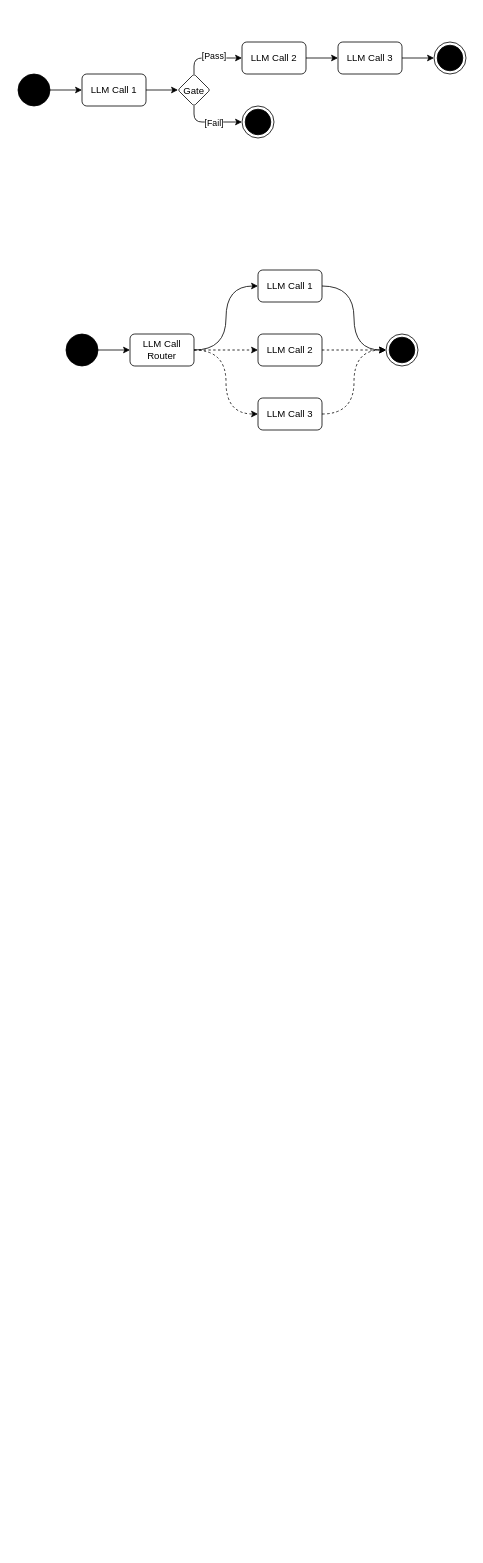
OliverHoenig/ba-ai-meeting-support keeps this draw.io diagram as assets/figures/AI-Systems-Building-Blocks.drawio. Above is the earlier version. Source tidied: cells renumbered, new cells numbered last; positions are measured from the earlier drawing's top-left corner, leaving out a move shared by most shapes. Both pictures are drawn from the tidied source at 80%, with x=0, y=0 at pixel (14, 14).
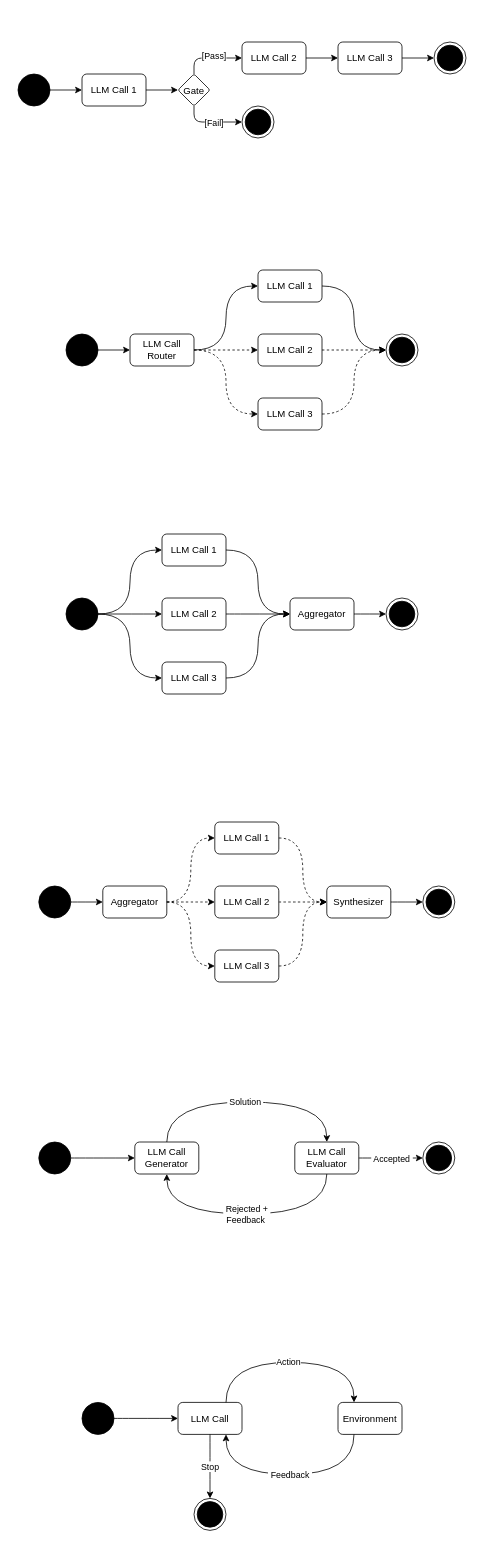
After the change.

Commit message (it also covers changes not shown here):
feat: update AI systems building blocks diagram and enhance prompt chaining description in theoretical foundations chapter

Change to the diagram source:
```diff
@@
+    <mxCell id="32" style="rounded=0;whiteSpace=wrap;html=1;fillColor=#FFFFFF;strokeColor=none;" parent="1" vertex="1">
+      <mxGeometry y="620" width="570" height="260" as="geometry" />
+    </mxCell>
+    <mxCell id="33" style="edgeStyle=orthogonalEdgeStyle;shape=connector;curved=1;rounded=1;html=1;exitX=1;exitY=0.5;exitDx=0;exitDy=0;entryX=0;entryY=0.5;entryDx=0;entryDy=0;labelBackgroundColor=default;strokeColor=#000000;fontFamily=Helvetica;fontSize=11;fontColor=default;endArrow=classic;" parent="1" edge="1" source="36" target="38">
+      <mxGeometry relative="1" as="geometry" />
+    </mxCell>
+    <mxCell id="34" style="edgeStyle=orthogonalEdgeStyle;shape=connector;curved=1;rounded=1;html=1;exitX=1;exitY=0.5;exitDx=0;exitDy=0;labelBackgroundColor=default;strokeColor=#000000;fontFamily=Helvetica;fontSize=11;fontColor=default;endArrow=classic;" parent="1" edge="1" source="36" target="40">
+      <mxGeometry relative="1" as="geometry" />
+    </mxCell>
+    <mxCell id="35" style="edgeStyle=orthogonalEdgeStyle;shape=connector;curved=1;rounded=1;html=1;exitX=1;exitY=0.5;exitDx=0;exitDy=0;entryX=0;entryY=0.5;entryDx=0;entryDy=0;labelBackgroundColor=default;strokeColor=#000000;fontFamily=Helvetica;fontSize=11;fontColor=default;endArrow=classic;" parent="1" edge="1" source="36" target="42">
+      <mxGeometry relative="1" as="geometry" />
+    </mxCell>
+    <mxCell id="36" style="ellipse;fillColor=strokeColor;html=1;strokeColor=#000000;" parent="1" vertex="1">
+      <mxGeometry x="65" y="730" width="40" height="40" as="geometry" />
+    </mxCell>
+    <mxCell id="37" style="edgeStyle=orthogonalEdgeStyle;shape=connector;curved=1;rounded=1;html=1;exitX=1;exitY=0.5;exitDx=0;exitDy=0;entryX=0;entryY=0.5;entryDx=0;entryDy=0;labelBackgroundColor=default;strokeColor=#000000;fontFamily=Helvetica;fontSize=11;fontColor=default;endArrow=classic;" parent="1" edge="1" source="38" target="45">
+      <mxGeometry relative="1" as="geometry" />
+    </mxCell>
+    <mxCell id="38" value="LLM Call 1" style="rounded=1;whiteSpace=wrap;html=1;fillColor=none;strokeColor=#000000;fontColor=#000000;" parent="1" vertex="1">
+      <mxGeometry x="185" y="650" width="80" height="40" as="geometry" />
+    </mxCell>
+    <mxCell id="39" style="edgeStyle=orthogonalEdgeStyle;shape=connector;curved=1;rounded=1;html=1;exitX=1;exitY=0.5;exitDx=0;exitDy=0;entryX=0;entryY=0.5;entryDx=0;entryDy=0;labelBackgroundColor=default;strokeColor=#000000;fontFamily=Helvetica;fontSize=11;fontColor=default;endArrow=classic;" parent="1" edge="1" source="40" target="45">
+      <mxGeometry relative="1" as="geometry" />
+    </mxCell>
+    <mxCell id="40" value="LLM Call 2" style="rounded=1;whiteSpace=wrap;html=1;fillColor=none;strokeColor=#000000;fontColor=#000000;" parent="1" vertex="1">
+      <mxGeometry x="185" y="730" width="80" height="40" as="geometry" />
+    </mxCell>
+    <mxCell id="41" style="edgeStyle=orthogonalEdgeStyle;shape=connector;curved=1;rounded=1;html=1;exitX=1;exitY=0.5;exitDx=0;exitDy=0;entryX=0;entryY=0.5;entryDx=0;entryDy=0;labelBackgroundColor=default;strokeColor=#000000;fontFamily=Helvetica;fontSize=11;fontColor=default;endArrow=classic;" parent="1" edge="1" source="42" target="45">
+      <mxGeometry relative="1" as="geometry" />
+    </mxCell>
+    <mxCell id="42" value="LLM Call 3" style="rounded=1;whiteSpace=wrap;html=1;fillColor=none;strokeColor=#000000;fontColor=#000000;" parent="1" vertex="1">
+      <mxGeometry x="185" y="810" width="80" height="40" as="geometry" />
+    </mxCell>
+    <mxCell id="43" style="ellipse;html=1;shape=endState;fillColor=strokeColor;strokeColor=#000000;" parent="1" vertex="1">
+      <mxGeometry x="465" y="730" width="40" height="40" as="geometry" />
+    </mxCell>
+    <mxCell id="44" style="edgeStyle=orthogonalEdgeStyle;shape=connector;curved=1;rounded=1;html=1;exitX=1;exitY=0.5;exitDx=0;exitDy=0;entryX=0;entryY=0.5;entryDx=0;entryDy=0;labelBackgroundColor=default;strokeColor=#000000;fontFamily=Helvetica;fontSize=11;fontColor=default;endArrow=classic;" parent="1" edge="1" source="45" target="43">
+      <mxGeometry relative="1" as="geometry" />
+    </mxCell>
+    <mxCell id="45" value="Aggregator" style="rounded=1;whiteSpace=wrap;html=1;fillColor=none;strokeColor=#000000;fontColor=#000000;" parent="1" vertex="1">
+      <mxGeometry x="345" y="730" width="80" height="40" as="geometry" />
+    </mxCell>
+    <mxCell id="46" style="rounded=0;whiteSpace=wrap;html=1;fillColor=#FFFFFF;strokeColor=none;fillStyle=solid;" parent="1" vertex="1">
+      <mxGeometry y="980" width="570" height="260" as="geometry" />
+    </mxCell>
+    <mxCell id="47" style="edgeStyle=orthogonalEdgeStyle;shape=connector;curved=1;rounded=1;html=1;exitX=1;exitY=0.5;exitDx=0;exitDy=0;entryX=0;entryY=0.5;entryDx=0;entryDy=0;labelBackgroundColor=default;strokeColor=#000000;fontFamily=Helvetica;fontSize=11;fontColor=default;endArrow=classic;" parent="1" edge="1" source="48" target="61">
+      <mxGeometry relative="1" as="geometry" />
+    </mxCell>
+    <mxCell id="48" style="ellipse;fillColor=strokeColor;html=1;strokeColor=#000000;" parent="1" vertex="1">
+      <mxGeometry x="31" y="1090" width="40" height="40" as="geometry" />
+    </mxCell>
+    <mxCell id="49" style="edgeStyle=orthogonalEdgeStyle;shape=connector;curved=1;rounded=1;html=1;exitX=1;exitY=0.5;exitDx=0;exitDy=0;entryX=0;entryY=0.5;entryDx=0;entryDy=0;labelBackgroundColor=default;strokeColor=#000000;fontFamily=Helvetica;fontSize=11;fontColor=default;endArrow=classic;dashed=1;" parent="1" edge="1" source="50" target="57">
+      <mxGeometry relative="1" as="geometry" />
+    </mxCell>
+    <mxCell id="50" value="LLM Call 1" style="rounded=1;whiteSpace=wrap;html=1;fillColor=none;strokeColor=#000000;fontColor=#000000;" parent="1" vertex="1">
+      <mxGeometry x="251" y="1010" width="80" height="40" as="geometry" />
+    </mxCell>
+    <mxCell id="51" style="edgeStyle=orthogonalEdgeStyle;shape=connector;curved=1;rounded=1;html=1;exitX=1;exitY=0.5;exitDx=0;exitDy=0;entryX=0;entryY=0.5;entryDx=0;entryDy=0;labelBackgroundColor=default;strokeColor=#000000;fontFamily=Helvetica;fontSize=11;fontColor=default;endArrow=classic;dashed=1;" parent="1" edge="1" source="52" target="57">
+      <mxGeometry relative="1" as="geometry" />
+    </mxCell>
+    <mxCell id="52" value="LLM Call 2" style="rounded=1;whiteSpace=wrap;html=1;fillColor=none;strokeColor=#000000;fontColor=#000000;" parent="1" vertex="1">
+      <mxGeometry x="251" y="1090" width="80" height="40" as="geometry" />
+    </mxCell>
+    <mxCell id="53" style="edgeStyle=orthogonalEdgeStyle;shape=connector;curved=1;rounded=1;html=1;exitX=1;exitY=0.5;exitDx=0;exitDy=0;entryX=0;entryY=0.5;entryDx=0;entryDy=0;labelBackgroundColor=default;strokeColor=#000000;fontFamily=Helvetica;fontSize=11;fontColor=default;endArrow=classic;dashed=1;" parent="1" edge="1" source="54" target="57">
+      <mxGeometry relative="1" as="geometry" />
+    </mxCell>
+    <mxCell id="54" value="LLM Call 3" style="rounded=1;whiteSpace=wrap;html=1;fillColor=none;strokeColor=#000000;fontColor=#000000;" parent="1" vertex="1">
+      <mxGeometry x="251" y="1170" width="80" height="40" as="geometry" />
+    </mxCell>
+    <mxCell id="55" style="ellipse;html=1;shape=endState;fillColor=strokeColor;strokeColor=#000000;" parent="1" vertex="1">
+      <mxGeometry x="511" y="1090" width="40" height="40" as="geometry" />
+    </mxCell>
+    <mxCell id="56" style="edgeStyle=orthogonalEdgeStyle;shape=connector;curved=1;rounded=1;html=1;exitX=1;exitY=0.5;exitDx=0;exitDy=0;entryX=0;entryY=0.5;entryDx=0;entryDy=0;labelBackgroundColor=default;strokeColor=#000000;fontFamily=Helvetica;fontSize=11;fontColor=default;endArrow=classic;" parent="1" edge="1" source="57" target="55">
+      <mxGeometry relative="1" as="geometry" />
+    </mxCell>
+    <mxCell id="57" value="Synthesizer" style="rounded=1;whiteSpace=wrap;html=1;fillColor=none;strokeColor=#000000;fontColor=#000000;" parent="1" vertex="1">
+      <mxGeometry x="391" y="1090" width="80" height="40" as="geometry" />
+    </mxCell>
+    <mxCell id="58" style="edgeStyle=orthogonalEdgeStyle;shape=connector;curved=1;rounded=1;html=1;exitX=1;exitY=0.5;exitDx=0;exitDy=0;entryX=0;entryY=0.5;entryDx=0;entryDy=0;labelBackgroundColor=default;strokeColor=#000000;fontFamily=Helvetica;fontSize=11;fontColor=default;endArrow=classic;dashed=1;" parent="1" edge="1" source="61" target="54">
+      <mxGeometry relative="1" as="geometry" />
+    </mxCell>
+    <mxCell id="59" style="edgeStyle=orthogonalEdgeStyle;shape=connector;curved=1;rounded=1;html=1;exitX=1;exitY=0.5;exitDx=0;exitDy=0;entryX=0;entryY=0.5;entryDx=0;entryDy=0;labelBackgroundColor=default;strokeColor=#000000;fontFamily=Helvetica;fontSize=11;fontColor=default;endArrow=classic;dashed=1;" parent="1" edge="1" source="61" target="52">
+      <mxGeometry relative="1" as="geometry" />
+    </mxCell>
+    <mxCell id="60" style="edgeStyle=orthogonalEdgeStyle;shape=connector;curved=1;rounded=1;html=1;exitX=1;exitY=0.5;exitDx=0;exitDy=0;entryX=0;entryY=0.5;entryDx=0;entryDy=0;labelBackgroundColor=default;strokeColor=#000000;fontFamily=Helvetica;fontSize=11;fontColor=default;endArrow=classic;dashed=1;" parent="1" edge="1" source="61" target="50">
+      <mxGeometry relative="1" as="geometry" />
+    </mxCell>
+    <mxCell id="61" value="Aggregator" style="rounded=1;whiteSpace=wrap;html=1;fillColor=none;strokeColor=#000000;fontColor=#000000;" parent="1" vertex="1">
+      <mxGeometry x="111" y="1090" width="80" height="40" as="geometry" />
+    </mxCell>
+    <mxCell id="62" style="rounded=0;whiteSpace=wrap;html=1;fillColor=#FFFFFF;strokeColor=none;fillStyle=solid;" parent="1" vertex="1">
+      <mxGeometry y="1300" width="570" height="260" as="geometry" />
+    </mxCell>
+    <mxCell id="63" style="edgeStyle=orthogonalEdgeStyle;shape=connector;curved=1;rounded=1;html=1;exitX=1;exitY=0.5;exitDx=0;exitDy=0;entryX=0;entryY=0.5;entryDx=0;entryDy=0;labelBackgroundColor=default;strokeColor=#000000;fontFamily=Helvetica;fontSize=11;fontColor=default;endArrow=classic;" parent="1" edge="1" source="64" target="73">
+      <mxGeometry relative="1" as="geometry" />
+    </mxCell>
+    <mxCell id="64" style="ellipse;fillColor=strokeColor;html=1;strokeColor=#000000;" parent="1" vertex="1">
+      <mxGeometry x="31" y="1410" width="40" height="40" as="geometry" />
+    </mxCell>
+    <mxCell id="65" style="ellipse;html=1;shape=endState;fillColor=strokeColor;strokeColor=#000000;" parent="1" vertex="1">
+      <mxGeometry x="511" y="1410" width="40" height="40" as="geometry" />
+    </mxCell>
+    <mxCell id="66" style="edgeStyle=orthogonalEdgeStyle;shape=connector;curved=1;rounded=1;html=1;exitX=1;exitY=0.5;exitDx=0;exitDy=0;entryX=0;entryY=0.5;entryDx=0;entryDy=0;labelBackgroundColor=default;strokeColor=#000000;fontFamily=Helvetica;fontSize=11;fontColor=default;endArrow=classic;" parent="1" edge="1" source="70" target="65">
+      <mxGeometry relative="1" as="geometry" />
+    </mxCell>
+    <mxCell id="67" value="&amp;nbsp;Accepted&amp;nbsp;" style="edgeLabel;html=1;align=center;verticalAlign=middle;fontSize=11;fontFamily=Helvetica;fontColor=#000000;labelBackgroundColor=#FFFFFF;" parent="66" vertex="1">
+      <mxGeometry x="-0.38" relative="1" as="geometry">
+        <mxPoint x="15" as="offset" />
+      </mxGeometry>
+    </mxCell>
+    <mxCell id="68" style="edgeStyle=orthogonalEdgeStyle;shape=connector;curved=1;rounded=1;html=1;exitX=0.5;exitY=1;exitDx=0;exitDy=0;entryX=0.5;entryY=1;entryDx=0;entryDy=0;labelBackgroundColor=default;strokeColor=#000000;fontFamily=Helvetica;fontSize=11;fontColor=default;endArrow=classic;" parent="1" edge="1" source="70" target="73">
+      <mxGeometry relative="1" as="geometry">
+        <Array as="points">
+          <mxPoint x="391" y="1500" />
+          <mxPoint x="191" y="1500" />
+        </Array>
+      </mxGeometry>
+    </mxCell>
+    <mxCell id="69" value="&amp;nbsp;Rejected +&amp;nbsp;&lt;br&gt;Feedback&amp;nbsp;" style="edgeLabel;html=1;align=center;verticalAlign=middle;fontSize=11;fontFamily=Helvetica;fontColor=#000000;labelBackgroundColor=#FFFFFF;" parent="68" vertex="1">
+      <mxGeometry x="0.02" relative="1" as="geometry">
+        <mxPoint x="2" as="offset" />
+      </mxGeometry>
+    </mxCell>
+    <mxCell id="70" value="LLM Call Evaluator" style="rounded=1;whiteSpace=wrap;html=1;fillColor=none;strokeColor=#000000;fontColor=#000000;" parent="1" vertex="1">
+      <mxGeometry x="351" y="1410" width="80" height="40" as="geometry" />
+    </mxCell>
+    <mxCell id="71" style="edgeStyle=orthogonalEdgeStyle;shape=connector;curved=1;rounded=1;html=1;exitX=0.5;exitY=0;exitDx=0;exitDy=0;entryX=0.5;entryY=0;entryDx=0;entryDy=0;labelBackgroundColor=default;strokeColor=#000000;fontFamily=Helvetica;fontSize=11;fontColor=default;endArrow=classic;" parent="1" edge="1" source="73" target="70">
+      <mxGeometry relative="1" as="geometry">
+        <Array as="points">
+          <mxPoint x="191" y="1360" />
+          <mxPoint x="391" y="1360" />
+        </Array>
+      </mxGeometry>
+    </mxCell>
+    <mxCell id="72" value="&amp;nbsp;Solution&amp;nbsp;" style="edgeLabel;html=1;align=center;verticalAlign=middle;fontSize=11;fontFamily=Helvetica;fontColor=#000000;labelBackgroundColor=#FFFFFF;" parent="71" vertex="1">
+      <mxGeometry x="-0.02" y="1" relative="1" as="geometry" />
+    </mxCell>
+    <mxCell id="73" value="LLM Call Generator" style="rounded=1;whiteSpace=wrap;html=1;fillColor=none;strokeColor=#000000;fontColor=#000000;" parent="1" vertex="1">
+      <mxGeometry x="151" y="1410" width="80" height="40" as="geometry" />
+    </mxCell>
+    <mxCell id="74" style="rounded=0;whiteSpace=wrap;html=1;fillColor=#FFFFFF;strokeColor=none;fillStyle=solid;" parent="1" vertex="1">
+      <mxGeometry y="1660" width="570" height="260" as="geometry" />
+    </mxCell>
+    <mxCell id="75" style="edgeStyle=orthogonalEdgeStyle;shape=connector;curved=1;rounded=1;html=1;exitX=1;exitY=0.5;exitDx=0;exitDy=0;entryX=0;entryY=0.5;entryDx=0;entryDy=0;labelBackgroundColor=default;strokeColor=#000000;fontFamily=Helvetica;fontSize=11;fontColor=default;endArrow=classic;" parent="1" edge="1" source="76" target="84">
+      <mxGeometry relative="1" as="geometry" />
+    </mxCell>
+    <mxCell id="76" style="ellipse;fillColor=strokeColor;html=1;strokeColor=#000000;" parent="1" vertex="1">
+      <mxGeometry x="85" y="1735.5" width="40" height="40" as="geometry" />
+    </mxCell>
+    <mxCell id="77" style="ellipse;html=1;shape=endState;fillColor=strokeColor;strokeColor=#000000;" parent="1" vertex="1">
+      <mxGeometry x="225" y="1855.5" width="40" height="40" as="geometry" />
+    </mxCell>
+    <mxCell id="78" style="edgeStyle=orthogonalEdgeStyle;shape=connector;curved=1;rounded=1;html=1;exitX=0.25;exitY=1;exitDx=0;exitDy=0;entryX=0.75;entryY=1;entryDx=0;entryDy=0;labelBackgroundColor=default;strokeColor=#000000;fontFamily=Helvetica;fontSize=11;fontColor=default;endArrow=classic;" parent="1" edge="1" source="80" target="84">
+      <mxGeometry relative="1" as="geometry">
+        <Array as="points">
+          <mxPoint x="425" y="1825.5" />
+          <mxPoint x="265" y="1825.5" />
+        </Array>
+      </mxGeometry>
+    </mxCell>
+    <mxCell id="79" value="&amp;nbsp;Feedback&amp;nbsp;" style="edgeLabel;html=1;align=center;verticalAlign=middle;fontSize=11;fontFamily=Helvetica;fontColor=#000000;labelBackgroundColor=#FFFFFF;" parent="78" vertex="1">
+      <mxGeometry x="0.02" relative="1" as="geometry">
+        <mxPoint x="2" as="offset" />
+      </mxGeometry>
+    </mxCell>
+    <mxCell id="80" value="Environment" style="rounded=1;whiteSpace=wrap;html=1;fillColor=none;strokeColor=#000000;fontColor=#000000;" parent="1" vertex="1">
+      <mxGeometry x="405" y="1735.5" width="80" height="40" as="geometry" />
+    </mxCell>
+    <mxCell id="81" style="edgeStyle=orthogonalEdgeStyle;shape=connector;curved=1;rounded=1;html=1;exitX=0.75;exitY=0;exitDx=0;exitDy=0;entryX=0.25;entryY=0;entryDx=0;entryDy=0;labelBackgroundColor=default;strokeColor=#000000;fontFamily=Helvetica;fontSize=11;fontColor=default;endArrow=classic;" parent="1" edge="1" source="84" target="80">
+      <mxGeometry relative="1" as="geometry">
+        <Array as="points">
+          <mxPoint x="265" y="1685.5" />
+          <mxPoint x="425" y="1685.5" />
+        </Array>
+      </mxGeometry>
+    </mxCell>
+    <mxCell id="82" value="Action" style="edgeLabel;html=1;align=center;verticalAlign=middle;fontSize=11;fontFamily=Helvetica;fontColor=#000000;labelBackgroundColor=#FFFFFF;" parent="81" vertex="1">
+      <mxGeometry x="-0.02" y="1" relative="1" as="geometry" />
+    </mxCell>
+    <mxCell id="83" value="&lt;span style=&quot;background-color: rgb(255, 255, 255);&quot;&gt;Stop&lt;/span&gt;" style="edgeStyle=orthogonalEdgeStyle;shape=connector;curved=1;rounded=1;html=1;exitX=0.5;exitY=1;exitDx=0;exitDy=0;entryX=0.5;entryY=0;entryDx=0;entryDy=0;labelBackgroundColor=default;strokeColor=#000000;fontFamily=Helvetica;fontSize=11;fontColor=#000000;endArrow=classic;" parent="1" edge="1" source="84" target="77">
+      <mxGeometry relative="1" as="geometry" />
+    </mxCell>
+    <mxCell id="84" value="LLM Call" style="rounded=1;whiteSpace=wrap;html=1;fillColor=none;strokeColor=#000000;fontColor=#000000;" parent="1" vertex="1">
+      <mxGeometry x="205" y="1735.5" width="80" height="40" as="geometry" />
+    </mxCell>
```
